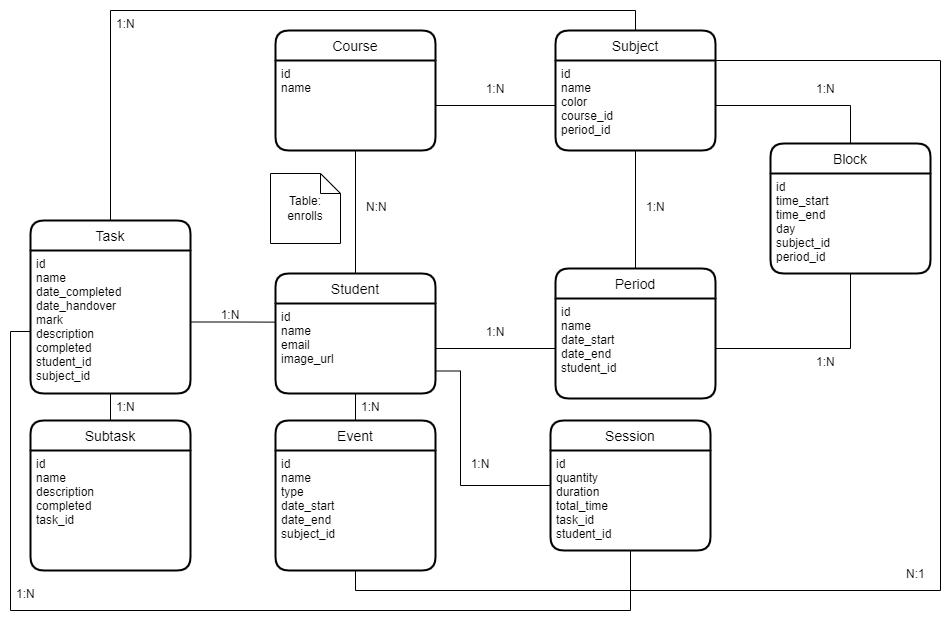
Above: er_diagram.png in devjust4/powertask-backend (draw.io), before the change. Source tidied: cells renumbered, new cells last; positions are measured from the earlier drawing's top-left corner, leaving out a move shared by most shapes.
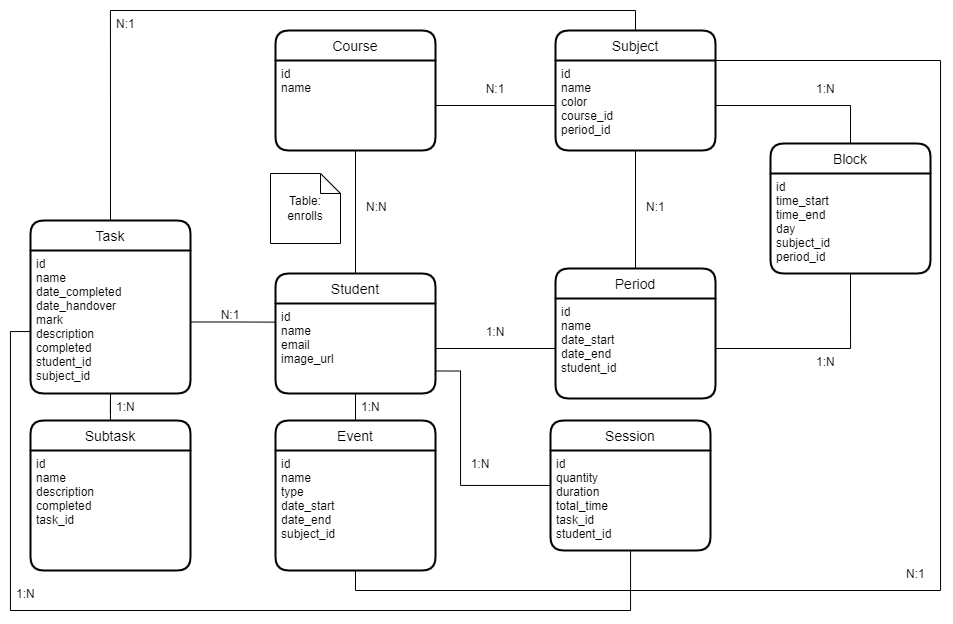
Above is the later version.

The edit, as a diff of the source:
```diff
@@ -29,7 +29,7 @@
     <mxCell id="10" value="id&#10;name&#10;color&#10;course_id&#10;period_id" style="align=left;strokeColor=none;fillColor=none;spacingLeft=4;fontSize=12;verticalAlign=top;rounded=1;shadow=0;" parent="9" vertex="1">
       <mxGeometry y="30" width="160" height="90" as="geometry" />
     </mxCell>
-    <mxCell id="11" value="1:N" style="text;strokeColor=none;fillColor=none;spacingLeft=4;spacingRight=4;overflow=hidden;fontSize=12;rounded=1;shadow=0;align=center;" parent="1" vertex="1">
+    <mxCell id="11" value="N:1" style="text;strokeColor=none;fillColor=none;spacingLeft=4;spacingRight=4;overflow=hidden;fontSize=12;rounded=1;shadow=0;align=center;" parent="1" vertex="1">
       <mxGeometry x="465" y="65" width="40" height="30" as="geometry" />
     </mxCell>
     <mxCell id="12" value="Task" style="swimlane;horizontal=1;startSize=30;rounded=1;fontSize=14;fontStyle=0;strokeWidth=2;shadow=0;dashed=0;align=center;sketch=0;" parent="1" vertex="1">
@@ -53,7 +53,7 @@
     <mxCell id="18" value="1:N" style="text;strokeColor=none;fillColor=none;spacingLeft=4;spacingRight=4;overflow=hidden;fontSize=12;rounded=1;shadow=0;" parent="1" vertex="1">
       <mxGeometry x="100" y="383" width="40" height="30" as="geometry" />
     </mxCell>
-    <mxCell id="19" value="1:N" style="text;strokeColor=none;fillColor=none;spacingLeft=4;spacingRight=4;overflow=hidden;fontSize=12;rounded=1;shadow=0;align=center;" parent="1" vertex="1">
+    <mxCell id="19" value="N:1" style="text;strokeColor=none;fillColor=none;spacingLeft=4;spacingRight=4;overflow=hidden;fontSize=12;rounded=1;shadow=0;align=center;" parent="1" vertex="1">
       <mxGeometry x="200" y="290.5" width="40" height="30" as="geometry" />
     </mxCell>
     <mxCell id="20" style="edgeStyle=orthogonalEdgeStyle;rounded=0;jettySize=auto;html=1;entryX=0.5;entryY=1;entryDx=0;entryDy=0;fontSize=12;endArrow=none;endFill=0;" parent="1" edge="1" source="21" target="10">
@@ -71,7 +71,7 @@
     <mxCell id="24" value="1:N" style="text;strokeColor=none;fillColor=none;spacingLeft=4;spacingRight=4;overflow=hidden;fontSize=12;rounded=1;shadow=0;align=center;" parent="1" vertex="1">
       <mxGeometry x="465" y="308" width="40" height="30" as="geometry" />
     </mxCell>
-    <mxCell id="25" value="1:N" style="text;strokeColor=none;fillColor=none;spacingLeft=4;spacingRight=4;overflow=hidden;fontSize=12;rounded=1;shadow=0;" parent="1" vertex="1">
+    <mxCell id="25" value="N:1" style="text;strokeColor=none;fillColor=none;spacingLeft=4;spacingRight=4;overflow=hidden;fontSize=12;rounded=1;shadow=0;" parent="1" vertex="1">
       <mxGeometry x="630" y="183" width="40" height="30" as="geometry" />
     </mxCell>
     <mxCell id="26" style="edgeStyle=orthogonalEdgeStyle;rounded=0;jettySize=auto;html=1;entryX=1;entryY=0.5;entryDx=0;entryDy=0;fontSize=12;exitX=0.5;exitY=0;exitDx=0;exitDy=0;endArrow=none;endFill=0;" parent="1" edge="1" source="27" target="10">
@@ -113,7 +113,7 @@
     <mxCell id="36" style="edgeStyle=orthogonalEdgeStyle;rounded=0;jettySize=auto;html=1;entryX=0.5;entryY=0;entryDx=0;entryDy=0;fontSize=12;exitX=0.5;exitY=0;exitDx=0;exitDy=0;endArrow=none;endFill=0;" parent="1" edge="1" source="12" target="9">
       <mxGeometry relative="1" as="geometry" />
     </mxCell>
-    <mxCell id="37" value="1:N" style="text;strokeColor=none;fillColor=none;spacingLeft=4;spacingRight=4;overflow=hidden;fontSize=12;rounded=1;shadow=0;" parent="1" vertex="1">
+    <mxCell id="37" value="N:1" style="text;strokeColor=none;fillColor=none;spacingLeft=4;spacingRight=4;overflow=hidden;fontSize=12;rounded=1;shadow=0;" parent="1" vertex="1">
       <mxGeometry x="100" width="40" height="30" as="geometry" />
     </mxCell>
     <mxCell id="38" value="1:N" style="text;strokeColor=none;fillColor=none;spacingLeft=4;spacingRight=4;overflow=hidden;fontSize=12;rounded=1;shadow=0;" parent="1" vertex="1">
```
